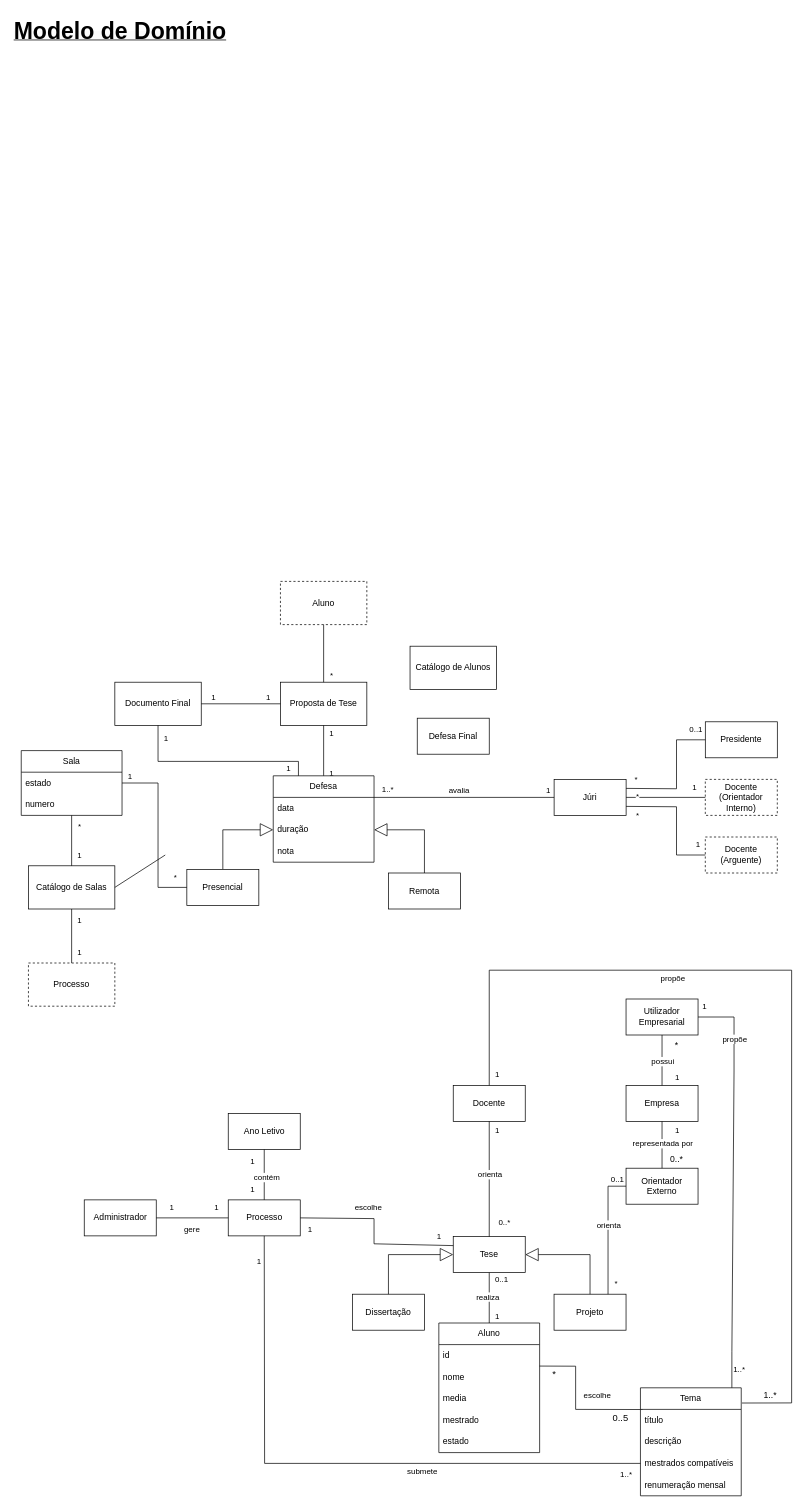
This is docs/DomainModel.drawio from Sapientia-PT/thesisman, a draw.io file, before an edit. Source tidied: cells renumbered, new cells numbered last; positions are measured from the earlier drawing's top-left corner, leaving out a move shared by most shapes. Both pictures are drawn from the tidied source at 72%, with x=0, y=0 at pixel (12, 12).
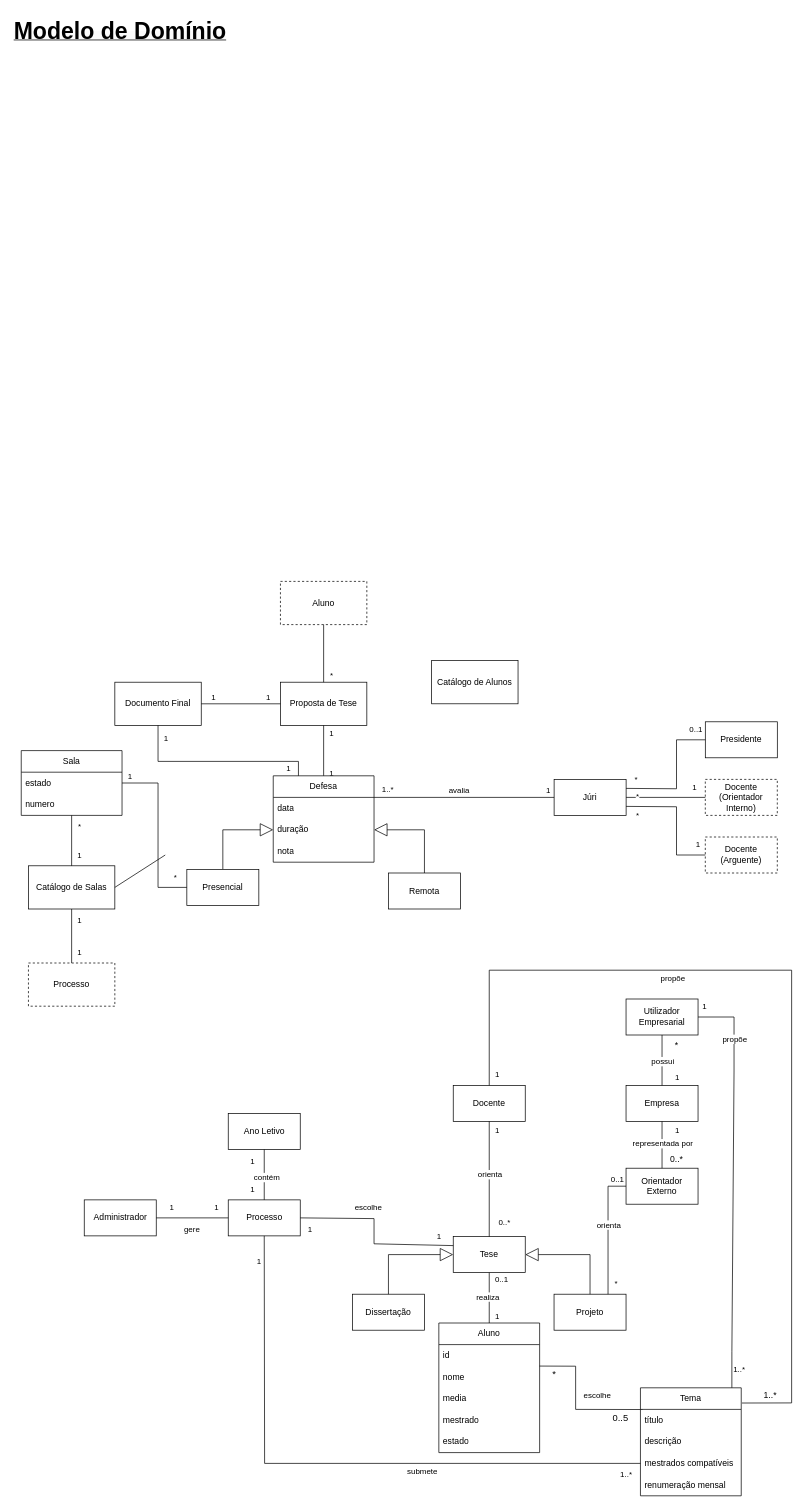
Above is the later version.

Commit message:
Removed a unecessary entity

What changed in the source:
```diff
@@
-    <mxCell id="29" value="Defesa Final" style="html=1;whiteSpace=wrap;" parent="1" vertex="1">
-      <mxGeometry x="562" y="980" width="100" height="50" as="geometry" />
-    </mxCell>
@@
     <mxCell id="83" value="Catálogo de Alunos" style="whiteSpace=wrap;html=1;" parent="1" vertex="1">
-      <mxGeometry x="552" y="880" width="120" height="60" as="geometry" />
+      <mxGeometry x="582" y="900" width="120" height="60" as="geometry" />
     </mxCell>
```
